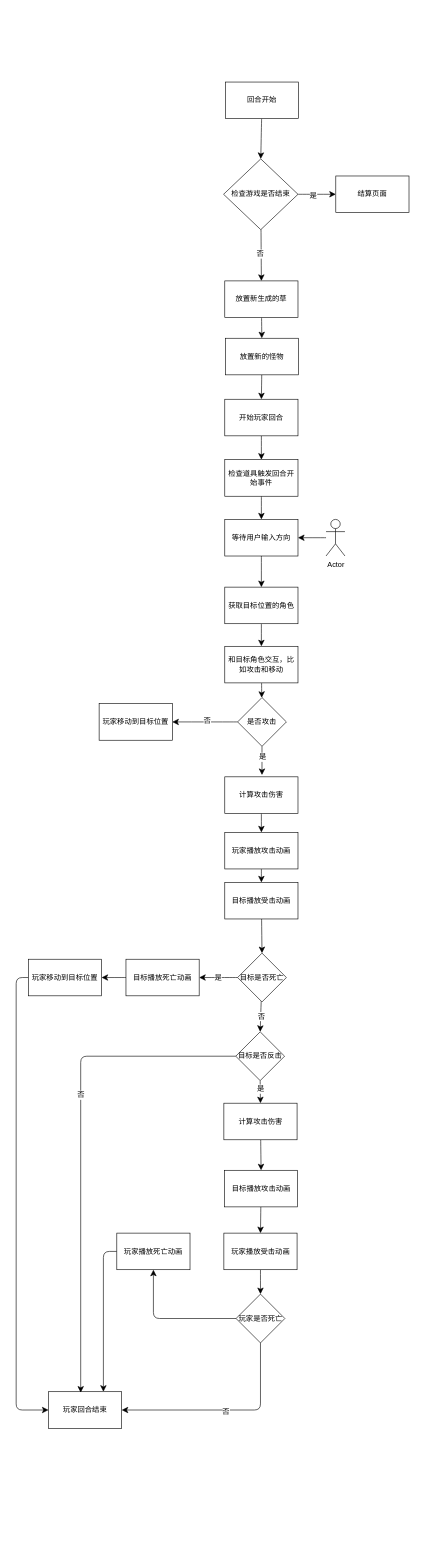
The draw.io diagram files/round.drawio in yulihzn/drawio, before the edit. Source tidied: cells renumbered, new cells numbered last; positions are measured from the earlier drawing's top-left corner, leaving out a move shared by most shapes. Both pictures are drawn from the tidied source at 61%, with x=0, y=0 at pixel (28, 82).
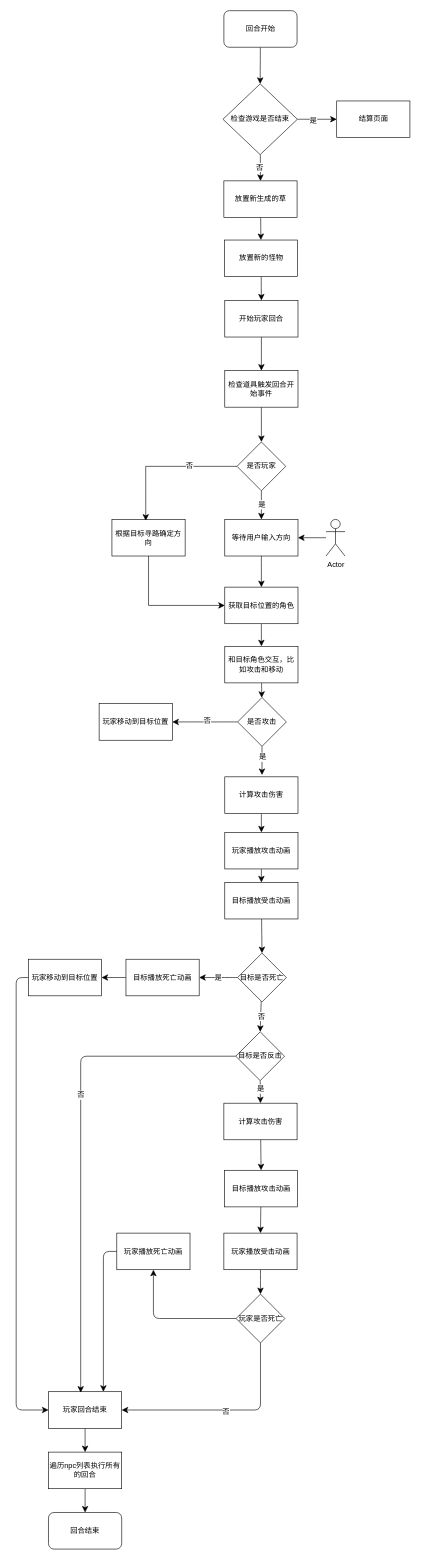
The same page after the edit.

The change refers to these unchanged cells:
```xml
<mxCell id="18" value="等待用户输入方向" style="whiteSpace=wrap;html=1;" parent="1" vertex="1">
  <mxGeometry x="322" y="717" width="120" height="60" as="geometry" />
</mxCell>
<mxCell id="22" value="获取目标位置的角色" style="whiteSpace=wrap;html=1;" parent="1" vertex="1">
  <mxGeometry x="322" y="828" width="120" height="60" as="geometry" />
</mxCell>
<mxCell id="60" value="玩家回合结束" style="rounded=0;whiteSpace=wrap;html=1;" parent="1" vertex="1">
  <mxGeometry x="33" y="2147" width="120" height="60" as="geometry" />
</mxCell>
```

What changed in the source:
```diff
@@
-    <mxCell id="3" value="回合开始" style="whiteSpace=wrap;html=1;" parent="1" vertex="1">
-      <mxGeometry x="323" width="120" height="60" as="geometry" />
+    <mxCell id="3" value="回合开始" style="whiteSpace=wrap;html=1;rounded=1;" parent="1" vertex="1">
+      <mxGeometry x="320.5" y="-117" width="120" height="60" as="geometry" />
     </mxCell>
@@
     <mxCell id="5" value="放置新生成的草" style="whiteSpace=wrap;html=1;" parent="1" vertex="1">
-      <mxGeometry x="322" y="326" width="120" height="60" as="geometry" />
+      <mxGeometry x="320.5" y="162" width="120" height="60" as="geometry" />
     </mxCell>
@@
     <mxCell id="7" value="放置新的怪物" style="whiteSpace=wrap;html=1;" parent="1" vertex="1">
-      <mxGeometry x="323" y="420" width="120" height="60" as="geometry" />
+      <mxGeometry x="321.5" y="259" width="120" height="60" as="geometry" />
     </mxCell>
@@
     <mxCell id="12" value="检查游戏是否结束" style="rhombus;whiteSpace=wrap;html=1;" parent="1" vertex="1">
-      <mxGeometry x="320" y="126" width="122" height="116" as="geometry" />
+      <mxGeometry x="319" y="3" width="122" height="116" as="geometry" />
     </mxCell>
@@
     <mxCell id="14" value="开始玩家回合" style="whiteSpace=wrap;html=1;" parent="1" vertex="1">
-      <mxGeometry x="322" y="520" width="120" height="60" as="geometry" />
+      <mxGeometry x="322" y="358" width="120" height="60" as="geometry" />
     </mxCell>
-    <mxCell id="15" style="edgeStyle=none;curved=1;rounded=0;jettySize=auto;html=1;entryX=0.5;entryY=0;entryDx=0;entryDy=0;fontSize=12;startSize=8;endSize=8;" parent="1" edge="1" source="16" target="18">
-      <mxGeometry relative="1" as="geometry" />
-    </mxCell>
+    <mxCell id="64" style="edgeStyle=none;curved=1;rounded=0;jettySize=auto;html=1;entryX=0.5;entryY=0;entryDx=0;entryDy=0;fontSize=12;startSize=8;endSize=8;" parent="1" edge="1" source="16" target="68">
+      <mxGeometry relative="1" as="geometry" />
+    </mxCell>
     <mxCell id="16" value="检查道具触发回合开始事件" style="whiteSpace=wrap;html=1;" parent="1" vertex="1">
-      <mxGeometry x="322" y="619" width="120" height="60" as="geometry" />
+      <mxGeometry x="322" y="473" width="120" height="60" as="geometry" />
     </mxCell>
@@
     <mxCell id="23" value="结算页面" style="rounded=0;whiteSpace=wrap;html=1;" parent="1" vertex="1">
-      <mxGeometry x="504" y="154" width="120" height="60" as="geometry" />
+      <mxGeometry x="505.5" y="31" width="120" height="60" as="geometry" />
     </mxCell>
@@
+    <mxCell id="65" style="edgeStyle=none;curved=1;rounded=0;jettySize=auto;html=1;exitX=0.5;exitY=1;exitDx=0;exitDy=0;entryX=0.5;entryY=0;entryDx=0;entryDy=0;fontSize=12;startSize=8;endSize=8;" parent="1" edge="1" source="60" target="74">
+      <mxGeometry relative="1" as="geometry" />
+    </mxCell>
@@
+    <mxCell id="66" style="edgeStyle=none;curved=1;rounded=0;jettySize=auto;html=1;entryX=0.5;entryY=0;entryDx=0;entryDy=0;fontSize=12;startSize=8;endSize=8;" parent="1" edge="1" source="68" target="18">
+      <mxGeometry relative="1" as="geometry" />
+    </mxCell>
+    <mxCell id="67" value="是" style="edgeLabel;html=1;align=center;verticalAlign=middle;fontSize=12;" parent="66" vertex="1">
+      <mxGeometry x="-0.07" relative="1" as="geometry" />
+    </mxCell>
+    <mxCell id="68" value="是否玩家" style="rhombus;whiteSpace=wrap;html=1;" parent="1" vertex="1">
+      <mxGeometry x="342" y="590" width="80" height="80" as="geometry" />
+    </mxCell>
+    <mxCell id="69" style="edgeStyle=orthogonalEdgeStyle;rounded=0;jettySize=auto;html=1;entryX=0;entryY=0.5;entryDx=0;entryDy=0;fontSize=12;startSize=8;endSize=8;exitX=0.5;exitY=1;exitDx=0;exitDy=0;" parent="1" edge="1" source="70" target="22">
+      <mxGeometry relative="1" as="geometry" />
+    </mxCell>
+    <mxCell id="70" value="根据目标寻路确定方向" style="rounded=0;whiteSpace=wrap;html=1;" parent="1" vertex="1">
+      <mxGeometry x="137" y="717" width="120" height="60" as="geometry" />
+    </mxCell>
+    <mxCell id="71" style="edgeStyle=orthogonalEdgeStyle;rounded=0;jettySize=auto;html=1;exitX=0;exitY=0.5;exitDx=0;exitDy=0;entryX=0.462;entryY=0.034;entryDx=0;entryDy=0;entryPerimeter=0;fontSize=12;startSize=8;endSize=8;" parent="1" edge="1" source="68" target="70">
+      <mxGeometry relative="1" as="geometry" />
+    </mxCell>
+    <mxCell id="72" value="否" style="edgeLabel;html=1;align=center;verticalAlign=middle;fontSize=12;" parent="71" vertex="1">
+      <mxGeometry x="-0.34" y="-1" relative="1" as="geometry" />
+    </mxCell>
+    <mxCell id="73" style="edgeStyle=none;curved=1;rounded=0;jettySize=auto;html=1;exitX=0.5;exitY=1;exitDx=0;exitDy=0;entryX=0.5;entryY=0;entryDx=0;entryDy=0;fontSize=12;startSize=8;endSize=8;" parent="1" edge="1" source="74" target="75">
+      <mxGeometry relative="1" as="geometry" />
+    </mxCell>
+    <mxCell id="74" value="遍历npc列表执行所有的回合" style="rounded=0;whiteSpace=wrap;html=1;" parent="1" vertex="1">
+      <mxGeometry x="33" y="2246" width="120" height="60" as="geometry" />
+    </mxCell>
+    <mxCell id="75" value="回合结束" style="rounded=1;whiteSpace=wrap;html=1;" parent="1" vertex="1">
+      <mxGeometry x="33" y="2345" width="120" height="60" as="geometry" />
+    </mxCell>
```
